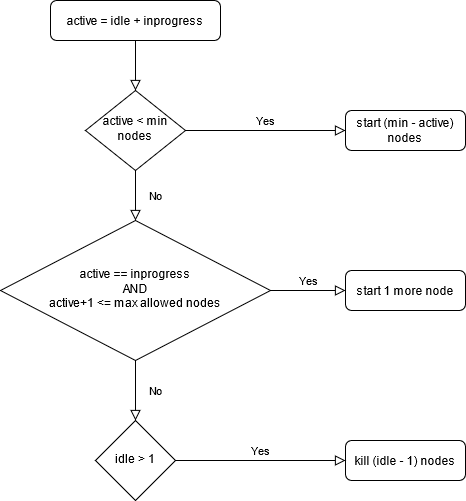
The draw.io diagram docs/node_state_decision_flowchart.png in sazid/node_manager, before a commit. Source tidied: cells renumbered, new cells last; positions are measured from the earlier drawing's top-left corner, leaving out a move shared by most shapes. The source it was exported from:
```xml
<mxGraphModel>
  <root>
    <mxCell id="0" />
    <mxCell id="1" parent="0" />
    <mxCell id="2" style="rounded=0;html=1;jettySize=auto;fontSize=11;endArrow=block;endFill=0;endSize=8;strokeWidth=1;shadow=0;labelBackgroundColor=none;edgeStyle=orthogonalEdgeStyle;" parent="1" edge="1" source="3" target="6">
      <mxGeometry relative="1" as="geometry" />
    </mxCell>
    <mxCell id="3" value="active = idle + inprogress" style="rounded=1;whiteSpace=wrap;html=1;fontSize=12;glass=0;strokeWidth=1;shadow=0;" parent="1" vertex="1">
      <mxGeometry x="50" width="170" height="40" as="geometry" />
    </mxCell>
    <mxCell id="4" value="No" style="rounded=0;html=1;jettySize=auto;fontSize=11;endArrow=block;endFill=0;endSize=8;strokeWidth=1;shadow=0;labelBackgroundColor=none;edgeStyle=orthogonalEdgeStyle;" parent="1" edge="1" source="6" target="9">
      <mxGeometry y="20" relative="1" as="geometry" />
    </mxCell>
    <mxCell id="5" value="Yes" style="edgeStyle=orthogonalEdgeStyle;rounded=0;html=1;jettySize=auto;fontSize=11;endArrow=block;endFill=0;endSize=8;strokeWidth=1;shadow=0;labelBackgroundColor=none;" parent="1" edge="1" source="6" target="7">
      <mxGeometry y="10" relative="1" as="geometry" />
    </mxCell>
    <mxCell id="6" value="active &lt; min nodes" style="rhombus;whiteSpace=wrap;html=1;shadow=0;fontFamily=Helvetica;fontSize=12;align=center;strokeWidth=1;spacing=6;spacingTop=-4;" parent="1" vertex="1">
      <mxGeometry x="85" y="90" width="100" height="80" as="geometry" />
    </mxCell>
    <mxCell id="7" value="start (min - active) nodes" style="rounded=1;whiteSpace=wrap;html=1;fontSize=12;glass=0;strokeWidth=1;shadow=0;" parent="1" vertex="1">
      <mxGeometry x="345" y="110" width="120" height="40" as="geometry" />
    </mxCell>
    <mxCell id="8" value="Yes" style="edgeStyle=orthogonalEdgeStyle;rounded=0;html=1;jettySize=auto;fontSize=11;endArrow=block;endFill=0;endSize=8;strokeWidth=1;shadow=0;labelBackgroundColor=none;" parent="1" edge="1" source="9" target="11">
      <mxGeometry y="10" relative="1" as="geometry" />
    </mxCell>
    <mxCell id="9" value="active == inprogress&lt;br&gt;AND&lt;br&gt;active+1 &amp;lt;= max allowed nodes" style="rhombus;whiteSpace=wrap;html=1;shadow=0;fontFamily=Helvetica;fontSize=12;align=center;strokeWidth=1;spacing=6;spacingTop=-4;" parent="1" vertex="1">
      <mxGeometry y="220" width="270" height="140" as="geometry" />
    </mxCell>
    <mxCell id="10" value="kill (idle - 1) nodes" style="rounded=1;whiteSpace=wrap;html=1;fontSize=12;glass=0;strokeWidth=1;shadow=0;" parent="1" vertex="1">
      <mxGeometry x="345" y="440" width="120" height="40" as="geometry" />
    </mxCell>
    <mxCell id="11" value="start 1 more node" style="rounded=1;whiteSpace=wrap;html=1;fontSize=12;glass=0;strokeWidth=1;shadow=0;" parent="1" vertex="1">
      <mxGeometry x="345" y="270" width="120" height="40" as="geometry" />
    </mxCell>
    <mxCell id="12" value="idle &gt; 1" style="rhombus;whiteSpace=wrap;html=1;shadow=0;strokeWidth=1;spacing=6;spacingTop=-4;" parent="1" vertex="1">
      <mxGeometry x="95" y="420" width="80" height="80" as="geometry" />
    </mxCell>
    <mxCell id="13" value="Yes" style="edgeStyle=orthogonalEdgeStyle;rounded=0;html=1;jettySize=auto;fontSize=11;endArrow=block;endFill=0;endSize=8;strokeWidth=1;shadow=0;labelBackgroundColor=none;exitX=1;exitY=0.5;exitDx=0;exitDy=0;entryX=0;entryY=0.5;entryDx=0;entryDy=0;" parent="1" edge="1" source="12" target="10">
      <mxGeometry y="10" relative="1" as="geometry" />
    </mxCell>
    <mxCell id="14" value="No" style="rounded=0;html=1;jettySize=auto;fontSize=11;endArrow=block;endFill=0;endSize=8;strokeWidth=1;shadow=0;labelBackgroundColor=none;edgeStyle=orthogonalEdgeStyle;entryX=0.5;entryY=0;entryDx=0;entryDy=0;exitX=0.5;exitY=1;exitDx=0;exitDy=0;" parent="1" edge="1" source="9" target="12">
      <mxGeometry y="20" relative="1" as="geometry" />
    </mxCell>
  </root>
</mxGraphModel>
```
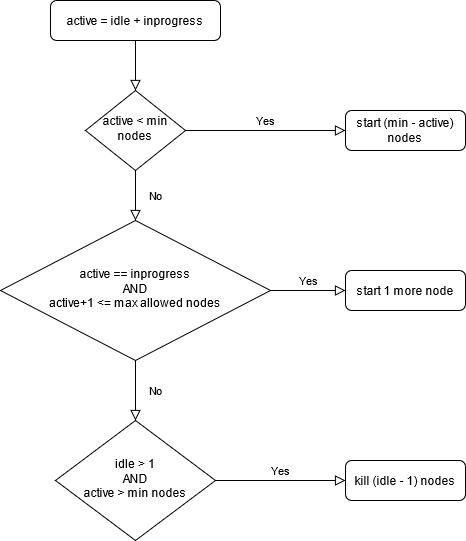
After the commit.

Change to the diagram source:
```diff
@@ -27,13 +27,13 @@
       <mxGeometry y="220" width="270" height="140" as="geometry" />
     </mxCell>
     <mxCell id="10" value="kill (idle - 1) nodes" style="rounded=1;whiteSpace=wrap;html=1;fontSize=12;glass=0;strokeWidth=1;shadow=0;" parent="1" vertex="1">
-      <mxGeometry x="345" y="440" width="120" height="40" as="geometry" />
+      <mxGeometry x="345" y="460" width="120" height="40" as="geometry" />
     </mxCell>
     <mxCell id="11" value="start 1 more node" style="rounded=1;whiteSpace=wrap;html=1;fontSize=12;glass=0;strokeWidth=1;shadow=0;" parent="1" vertex="1">
       <mxGeometry x="345" y="270" width="120" height="40" as="geometry" />
     </mxCell>
-    <mxCell id="12" value="idle &gt; 1" style="rhombus;whiteSpace=wrap;html=1;shadow=0;strokeWidth=1;spacing=6;spacingTop=-4;" parent="1" vertex="1">
-      <mxGeometry x="95" y="420" width="80" height="80" as="geometry" />
+    <mxCell id="12" value="idle &amp;gt; 1&lt;br&gt;AND&lt;br&gt;active &amp;gt; min nodes" style="rhombus;whiteSpace=wrap;html=1;shadow=0;strokeWidth=1;spacing=6;spacingTop=-4;" parent="1" vertex="1">
+      <mxGeometry x="55" y="420" width="160" height="120" as="geometry" />
     </mxCell>
     <mxCell id="13" value="Yes" style="edgeStyle=orthogonalEdgeStyle;rounded=0;html=1;jettySize=auto;fontSize=11;endArrow=block;endFill=0;endSize=8;strokeWidth=1;shadow=0;labelBackgroundColor=none;exitX=1;exitY=0.5;exitDx=0;exitDy=0;entryX=0;entryY=0.5;entryDx=0;entryDy=0;" parent="1" edge="1" source="12" target="10">
       <mxGeometry y="10" relative="1" as="geometry" />
```
